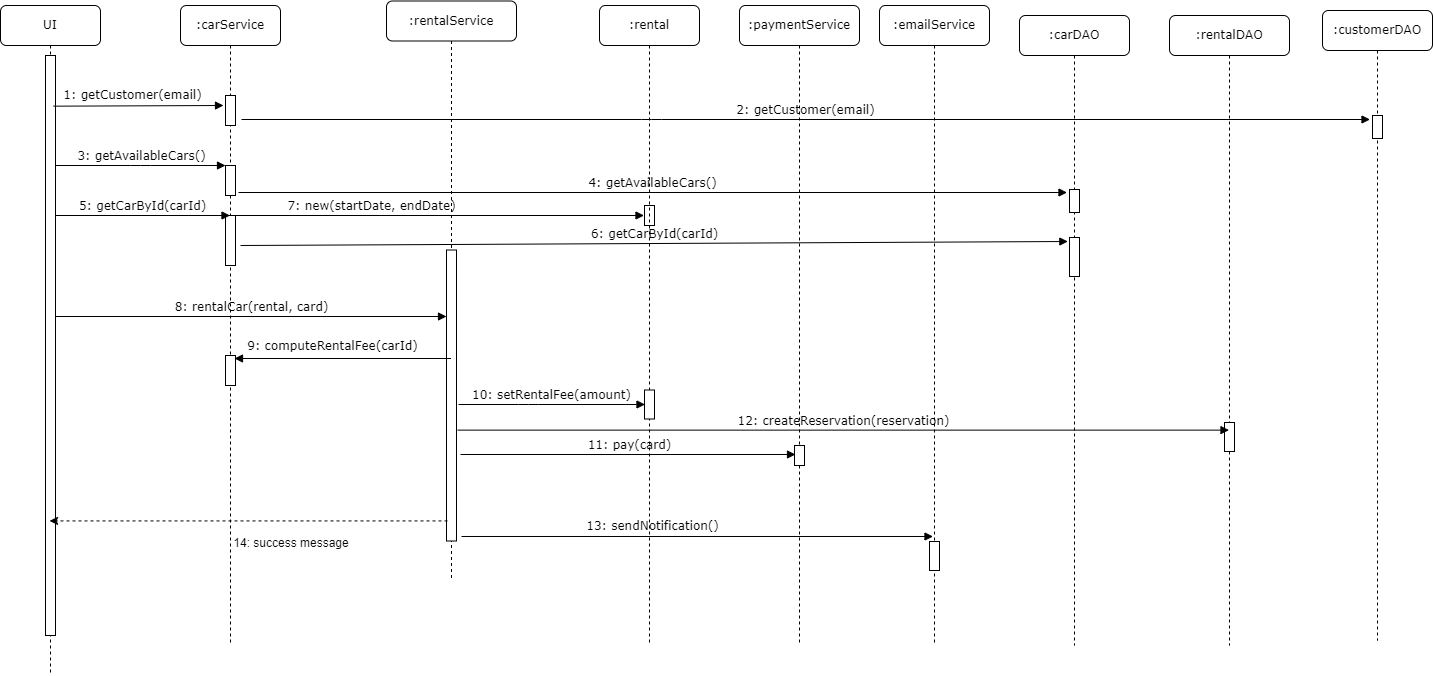
BerhaneMicheal/cs425-swe-g8-car-rental-system keeps this draw.io diagram as diagrams/Rental car sequence.png. Above is the earlier version. Source tidied: cells renumbered, new cells last; positions are measured from the earlier drawing's top-left corner, leaving out a move shared by most shapes.
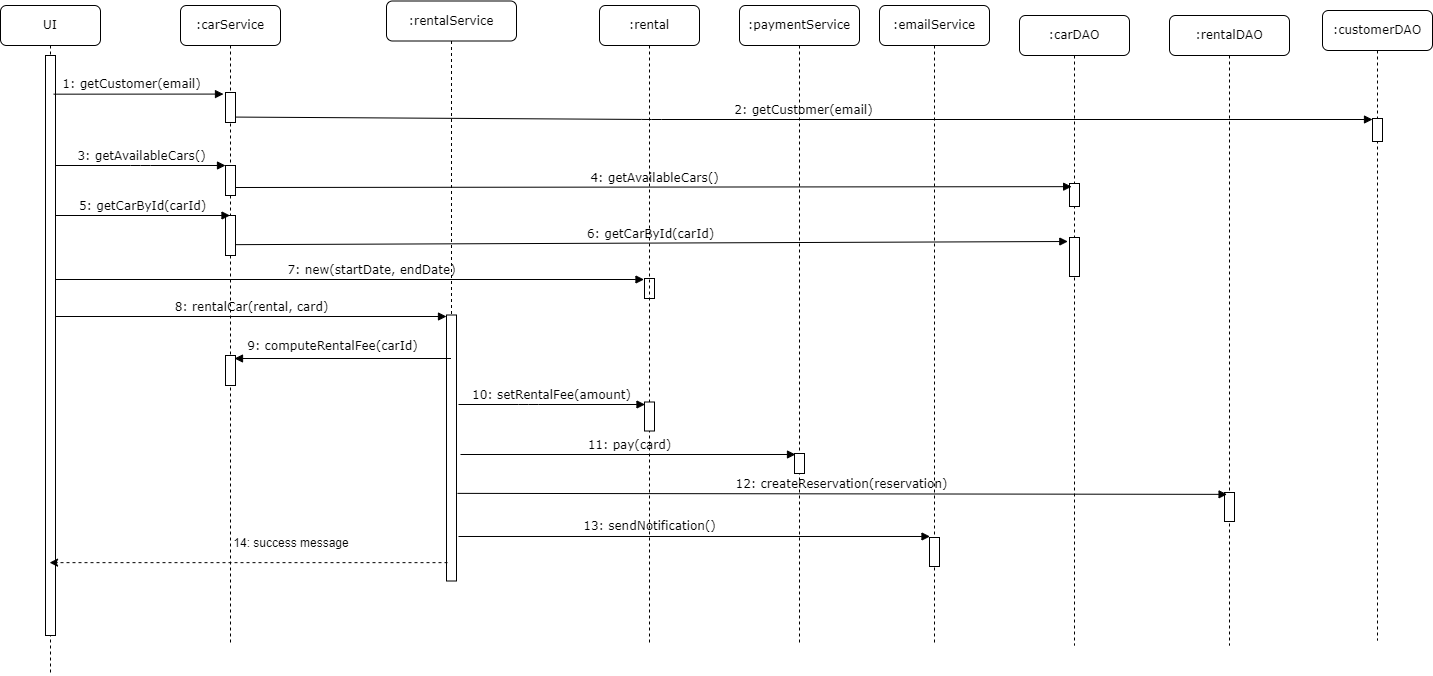
The same diagram one commit later.

Commit message:
edit rental car sequence

Diff of the diagram source:
```diff
@@ -3,7 +3,7 @@
     <mxCell id="0" />
     <mxCell id="1" parent="0" />
     <mxCell id="2" style="html=1;perimeter=orthogonalPerimeter;rounded=0;shadow=0;comic=0;labelBackgroundColor=none;strokeWidth=1;fontFamily=Verdana;fontSize=12;align=center;" parent="1" vertex="1">
-      <mxGeometry x="644" y="204" width="10" height="20" as="geometry" />
+      <mxGeometry x="644" y="277" width="10" height="20" as="geometry" />
     </mxCell>
     <mxCell id="3" value=":carService" style="shape=umlLifeline;perimeter=lifelinePerimeter;whiteSpace=wrap;html=1;outlineConnect=0;rounded=1;shadow=0;comic=0;labelBackgroundColor=none;strokeWidth=1;fontFamily=Verdana;fontSize=12;align=center;" parent="1" vertex="1">
       <mxGeometry x="180" y="4" width="100" height="640" as="geometry" />
@@ -11,32 +11,32 @@
     <mxCell id="4" style="html=1;points=[];perimeter=orthogonalPerimeter;rounded=0;shadow=0;comic=0;labelBackgroundColor=none;strokeWidth=1;fontFamily=Verdana;fontSize=12;align=center;" parent="3" vertex="1">
       <mxGeometry x="45" y="160" width="10" height="30" as="geometry" />
     </mxCell>
+    <mxCell id="6" style="html=1;points=[];perimeter=orthogonalPerimeter;rounded=0;shadow=0;comic=0;labelBackgroundColor=none;strokeWidth=1;fontFamily=Verdana;fontSize=12;align=center;" parent="3" vertex="1">
+      <mxGeometry x="45" y="350" width="10" height="30" as="geometry" />
+    </mxCell>
     <mxCell id="5" style="html=1;points=[];perimeter=orthogonalPerimeter;rounded=0;shadow=0;comic=0;labelBackgroundColor=none;strokeWidth=1;fontFamily=Verdana;fontSize=12;align=center;" parent="3" vertex="1">
-      <mxGeometry x="45" y="210" width="10" height="50" as="geometry" />
+      <mxGeometry x="45" y="210" width="10" height="40" as="geometry" />
     </mxCell>
-    <mxCell id="6" style="html=1;points=[];perimeter=orthogonalPerimeter;rounded=0;shadow=0;comic=0;labelBackgroundColor=none;strokeWidth=1;fontFamily=Verdana;fontSize=12;align=center;" parent="3" vertex="1">
-      <mxGeometry x="45" y="350" width="10" height="30" as="geometry" />
-    </mxCell>
     <mxCell id="7" style="html=1;points=[];perimeter=orthogonalPerimeter;rounded=0;shadow=0;comic=0;labelBackgroundColor=none;strokeWidth=1;fontFamily=Verdana;fontSize=12;align=center;" parent="3" vertex="1">
-      <mxGeometry x="45" y="90" width="10" height="30" as="geometry" />
+      <mxGeometry x="45" y="87" width="10" height="30" as="geometry" />
     </mxCell>
     <mxCell id="8" value=":rentalService" style="shape=umlLifeline;perimeter=lifelinePerimeter;whiteSpace=wrap;html=1;outlineConnect=0;rounded=1;shadow=0;comic=0;labelBackgroundColor=none;strokeWidth=1;fontFamily=Verdana;fontSize=12;align=center;" parent="1" vertex="1">
       <mxGeometry x="386" y="-0.5" width="130" height="580" as="geometry" />
     </mxCell>
     <mxCell id="9" style="html=1;points=[];perimeter=orthogonalPerimeter;rounded=0;shadow=0;comic=0;labelBackgroundColor=none;strokeWidth=1;fontFamily=Verdana;fontSize=12;align=center;" parent="8" vertex="1">
-      <mxGeometry x="60" y="249" width="10" height="291" as="geometry" />
+      <mxGeometry x="60" y="314" width="10" height="266" as="geometry" />
     </mxCell>
     <mxCell id="10" value=":rental" style="shape=umlLifeline;perimeter=lifelinePerimeter;whiteSpace=wrap;html=1;rounded=1;shadow=0;comic=0;labelBackgroundColor=none;strokeWidth=1;fontFamily=Verdana;fontSize=12;align=center;" parent="1" vertex="1">
       <mxGeometry x="599" y="4" width="100" height="640" as="geometry" />
     </mxCell>
     <mxCell id="11" style="html=1;perimeter=orthogonalPerimeter;rounded=0;shadow=0;comic=0;labelBackgroundColor=none;strokeWidth=1;fontFamily=Verdana;fontSize=12;align=center;" parent="10" vertex="1">
-      <mxGeometry x="45" y="384.5" width="10" height="29" as="geometry" />
+      <mxGeometry x="45" y="396.5" width="10" height="29" as="geometry" />
     </mxCell>
     <mxCell id="12" value=":paymentService" style="shape=umlLifeline;perimeter=lifelinePerimeter;whiteSpace=wrap;html=1;rounded=1;shadow=0;comic=0;labelBackgroundColor=none;strokeWidth=1;fontFamily=Verdana;fontSize=12;align=center;" parent="1" vertex="1">
       <mxGeometry x="739" y="4" width="120" height="640" as="geometry" />
     </mxCell>
     <mxCell id="13" style="html=1;perimeter=orthogonalPerimeter;rounded=0;shadow=0;comic=0;labelBackgroundColor=none;strokeWidth=1;fontFamily=Verdana;fontSize=12;align=center;" parent="12" vertex="1">
-      <mxGeometry x="55" y="440" width="10" height="20" as="geometry" />
+      <mxGeometry x="55" y="448" width="10" height="20" as="geometry" />
     </mxCell>
     <mxCell id="14" value=":emailService" style="shape=umlLifeline;perimeter=lifelinePerimeter;whiteSpace=wrap;html=1;rounded=1;shadow=0;comic=0;labelBackgroundColor=none;strokeWidth=1;fontFamily=Verdana;fontSize=12;align=center;" parent="1" vertex="1">
       <mxGeometry x="879" y="4" width="110" height="640" as="geometry" />
@@ -48,15 +48,15 @@
       <mxGeometry x="50" y="222" width="10" height="39" as="geometry" />
     </mxCell>
     <mxCell id="17" style="html=1;points=[];perimeter=orthogonalPerimeter;rounded=0;shadow=0;comic=0;labelBackgroundColor=none;strokeWidth=1;fontFamily=Verdana;fontSize=12;align=center;" parent="15" vertex="1">
-      <mxGeometry x="50" y="174" width="10" height="23" as="geometry" />
+      <mxGeometry x="50" y="168" width="10" height="23" as="geometry" />
     </mxCell>
     <mxCell id="18" value="UI" style="shape=umlLifeline;perimeter=lifelinePerimeter;whiteSpace=wrap;html=1;outlineConnect=0;rounded=1;shadow=0;comic=0;labelBackgroundColor=none;strokeWidth=1;fontFamily=Verdana;fontSize=12;align=center;" parent="1" vertex="1">
       <mxGeometry y="4" width="100" height="670" as="geometry" />
     </mxCell>
     <mxCell id="19" value="7: new(startDate, endDate)" style="html=1;verticalAlign=bottom;endArrow=block;labelBackgroundColor=none;fontFamily=Verdana;fontSize=12;elbow=vertical;" parent="18" edge="1">
       <mxGeometry x="0.09" relative="1" as="geometry">
-        <mxPoint x="50" y="210" as="sourcePoint" />
-        <mxPoint x="643.5" y="210" as="targetPoint" />
+        <mxPoint x="50" y="274" as="sourcePoint" />
+        <mxPoint x="643.5" y="274" as="targetPoint" />
       </mxGeometry>
     </mxCell>
     <mxCell id="20" style="html=1;perimeter=orthogonalPerimeter;rounded=0;shadow=0;comic=0;labelBackgroundColor=none;strokeWidth=1;fontFamily=Verdana;fontSize=12;align=center;" parent="18" vertex="1">
@@ -64,8 +64,8 @@
     </mxCell>
     <mxCell id="21" value="1: getCustomer(email)" style="html=1;verticalAlign=bottom;endArrow=block;entryX=0;entryY=0;labelBackgroundColor=none;fontFamily=Verdana;fontSize=12;edgeStyle=elbowEdgeStyle;elbow=vertical;" parent="18" edge="1">
       <mxGeometry x="-0.07" y="1" relative="1" as="geometry">
-        <mxPoint x="53" y="100.7" as="sourcePoint" />
-        <mxPoint x="223" y="100.7" as="targetPoint" />
+        <mxPoint x="53" y="88.7" as="sourcePoint" />
+        <mxPoint x="223" y="88.7" as="targetPoint" />
       </mxGeometry>
     </mxCell>
     <mxCell id="22" value="8: rentalCar(rental, card)" style="html=1;verticalAlign=bottom;endArrow=block;labelBackgroundColor=none;fontFamily=Verdana;fontSize=12;" parent="1" edge="1" target="9">
@@ -74,24 +74,23 @@
       </mxGeometry>
     </mxCell>
     <mxCell id="23" style="html=1;perimeter=orthogonalPerimeter;rounded=0;shadow=0;comic=0;labelBackgroundColor=none;strokeWidth=1;fontFamily=Verdana;fontSize=12;align=center;" parent="1" vertex="1">
-      <mxGeometry x="929" y="540" width="10" height="29" as="geometry" />
+      <mxGeometry x="929" y="536" width="10" height="29" as="geometry" />
     </mxCell>
     <mxCell id="24" value="3: getAvailableCars()" style="html=1;verticalAlign=bottom;endArrow=block;entryX=0;entryY=0;labelBackgroundColor=none;fontFamily=Verdana;fontSize=12;edgeStyle=elbowEdgeStyle;elbow=vertical;" parent="1" edge="1" target="4">
       <mxGeometry relative="1" as="geometry">
         <mxPoint x="55" y="164" as="sourcePoint" />
       </mxGeometry>
     </mxCell>
-    <mxCell id="25" value="4: getAvailableCars()" style="html=1;verticalAlign=bottom;endArrow=block;labelBackgroundColor=none;fontFamily=Verdana;fontSize=12;elbow=vertical;" parent="1" edge="1">
+    <mxCell id="25" value="4: getAvailableCars()" style="html=1;verticalAlign=bottom;endArrow=block;labelBackgroundColor=none;fontFamily=Verdana;fontSize=12;elbow=vertical;entryX=0.214;entryY=0.137;entryDx=0;entryDy=0;entryPerimeter=0;" parent="1" edge="1" target="17">
       <mxGeometry relative="1" as="geometry">
-        <mxPoint x="238" y="191" as="sourcePoint" />
-        <mxPoint x="1066.5" y="191" as="targetPoint" />
+        <mxPoint x="235" y="186" as="sourcePoint" />
       </mxGeometry>
     </mxCell>
     <mxCell id="26" value=":rentalDAO" style="shape=umlLifeline;perimeter=lifelinePerimeter;whiteSpace=wrap;html=1;outlineConnect=0;rounded=1;shadow=0;comic=0;labelBackgroundColor=none;strokeWidth=1;fontFamily=Verdana;fontSize=12;align=center;" parent="1" vertex="1">
       <mxGeometry x="1169" y="14" width="120" height="630" as="geometry" />
     </mxCell>
     <mxCell id="27" style="html=1;perimeter=orthogonalPerimeter;rounded=0;shadow=0;comic=0;labelBackgroundColor=none;strokeWidth=1;fontFamily=Verdana;fontSize=12;align=center;" parent="26" vertex="1">
-      <mxGeometry x="55" y="407" width="10" height="29" as="geometry" />
+      <mxGeometry x="55" y="477" width="10" height="29" as="geometry" />
     </mxCell>
     <mxCell id="28" value="5: getCarById(carId)" style="html=1;verticalAlign=bottom;endArrow=block;labelBackgroundColor=none;fontFamily=Verdana;fontSize=12;edgeStyle=elbowEdgeStyle;elbow=vertical;" parent="1" edge="1" target="3">
       <mxGeometry relative="1" as="geometry">
@@ -116,41 +115,42 @@
         <mxPoint x="795" y="453" as="targetPoint" />
       </mxGeometry>
     </mxCell>
-    <mxCell id="32" value="12: createReservation(reservation)" style="html=1;verticalAlign=bottom;endArrow=block;labelBackgroundColor=none;fontFamily=Verdana;fontSize=12;exitX=1.1;exitY=0.619;exitDx=0;exitDy=0;exitPerimeter=0;" parent="1" edge="1" source="9" target="26">
-      <mxGeometry relative="1" as="geometry" />
+    <mxCell id="32" value="12: createReservation(reservation)" style="html=1;verticalAlign=bottom;endArrow=block;labelBackgroundColor=none;fontFamily=Verdana;fontSize=12;exitX=1.1;exitY=0.619;exitDx=0;exitDy=0;exitPerimeter=0;entryX=0.257;entryY=0.064;entryDx=0;entryDy=0;entryPerimeter=0;" parent="1" edge="1">
+      <mxGeometry relative="1" as="geometry">
+        <mxPoint x="457" y="491.9" as="sourcePoint" />
+        <mxPoint x="1226.6" y="492.9" as="targetPoint" />
+      </mxGeometry>
     </mxCell>
     <mxCell id="33" style="endArrow=classic;html=1;rounded=0;exitX=0.1;exitY=0.931;exitDx=0;exitDy=0;exitPerimeter=0;dashed=1;" parent="1" edge="1" source="9" target="18">
       <mxGeometry relative="1" as="geometry" />
     </mxCell>
-    <mxCell id="34" value="6: getCarById(carId)" style="html=1;verticalAlign=bottom;endArrow=block;labelBackgroundColor=none;fontFamily=Verdana;fontSize=12;elbow=vertical;entryX=0.033;entryY=-0.077;entryDx=0;entryDy=0;entryPerimeter=0;" parent="1" edge="1">
+    <mxCell id="34" value="6: getCarById(carId)" style="html=1;verticalAlign=bottom;endArrow=block;labelBackgroundColor=none;fontFamily=Verdana;fontSize=12;elbow=vertical;entryX=0.033;entryY=-0.077;entryDx=0;entryDy=0;entryPerimeter=0;exitX=0.957;exitY=0.729;exitDx=0;exitDy=0;exitPerimeter=0;" parent="1" edge="1" source="5">
       <mxGeometry relative="1" as="geometry">
-        <mxPoint x="240" y="244" as="sourcePoint" />
         <mxPoint x="1067.3" y="240" as="targetPoint" />
       </mxGeometry>
     </mxCell>
     <mxCell id="35" value="13: sendNotification()" style="html=1;verticalAlign=bottom;endArrow=block;labelBackgroundColor=none;fontFamily=Verdana;fontSize=12;exitX=1;exitY=0.517;exitDx=0;exitDy=0;exitPerimeter=0;" parent="1" edge="1">
       <mxGeometry x="-0.19" y="1" relative="1" as="geometry">
-        <mxPoint x="461" y="535" as="sourcePoint" />
-        <mxPoint x="932.5" y="535" as="targetPoint" />
+        <mxPoint x="458" y="535" as="sourcePoint" />
+        <mxPoint x="929.5" y="535" as="targetPoint" />
       </mxGeometry>
     </mxCell>
     <mxCell id="36" value="14: success message" style="text;html=1;strokeColor=none;fillColor=none;align=center;verticalAlign=middle;whiteSpace=wrap;rounded=0;" parent="1" vertex="1">
       <mxGeometry x="231" y="532" width="120" height="20" as="geometry" />
     </mxCell>
-    <mxCell id="37" value="2: getCustomer(email)" style="html=1;verticalAlign=bottom;endArrow=block;labelBackgroundColor=none;fontFamily=Verdana;fontSize=12;elbow=vertical;" parent="1" edge="1">
-      <mxGeometry relative="1" as="geometry">
-        <mxPoint x="241" y="118" as="sourcePoint" />
-        <mxPoint x="1369.5" y="118" as="targetPoint" />
-        <Array as="points">
-          <mxPoint x="651" y="118" />
-        </Array>
-      </mxGeometry>
-    </mxCell>
     <mxCell id="38" value=":customerDAO" style="shape=umlLifeline;perimeter=lifelinePerimeter;whiteSpace=wrap;html=1;rounded=1;shadow=0;comic=0;labelBackgroundColor=none;strokeWidth=1;fontFamily=Verdana;fontSize=12;align=center;" parent="1" vertex="1">
       <mxGeometry x="1322" y="9" width="110" height="630" as="geometry" />
     </mxCell>
     <mxCell id="39" style="html=1;perimeter=orthogonalPerimeter;rounded=0;shadow=0;comic=0;labelBackgroundColor=none;strokeWidth=1;fontFamily=Verdana;fontSize=12;align=center;" parent="38" vertex="1">
-      <mxGeometry x="50" y="105" width="10" height="23" as="geometry" />
+      <mxGeometry x="50" y="108" width="10" height="23" as="geometry" />
     </mxCell>
+    <mxCell id="37" value="2: getCustomer(email)" style="html=1;verticalAlign=bottom;endArrow=block;labelBackgroundColor=none;fontFamily=Verdana;fontSize=12;elbow=vertical;exitX=0.957;exitY=0.819;exitDx=0;exitDy=0;exitPerimeter=0;" parent="1" edge="1" source="7">
+      <mxGeometry relative="1" as="geometry">
+        <mxPoint x="1372" y="118" as="targetPoint" />
+        <Array as="points">
+          <mxPoint x="651" y="118" />
+        </Array>
+      </mxGeometry>
+    </mxCell>
   </root>
 </mxGraphModel>
```
